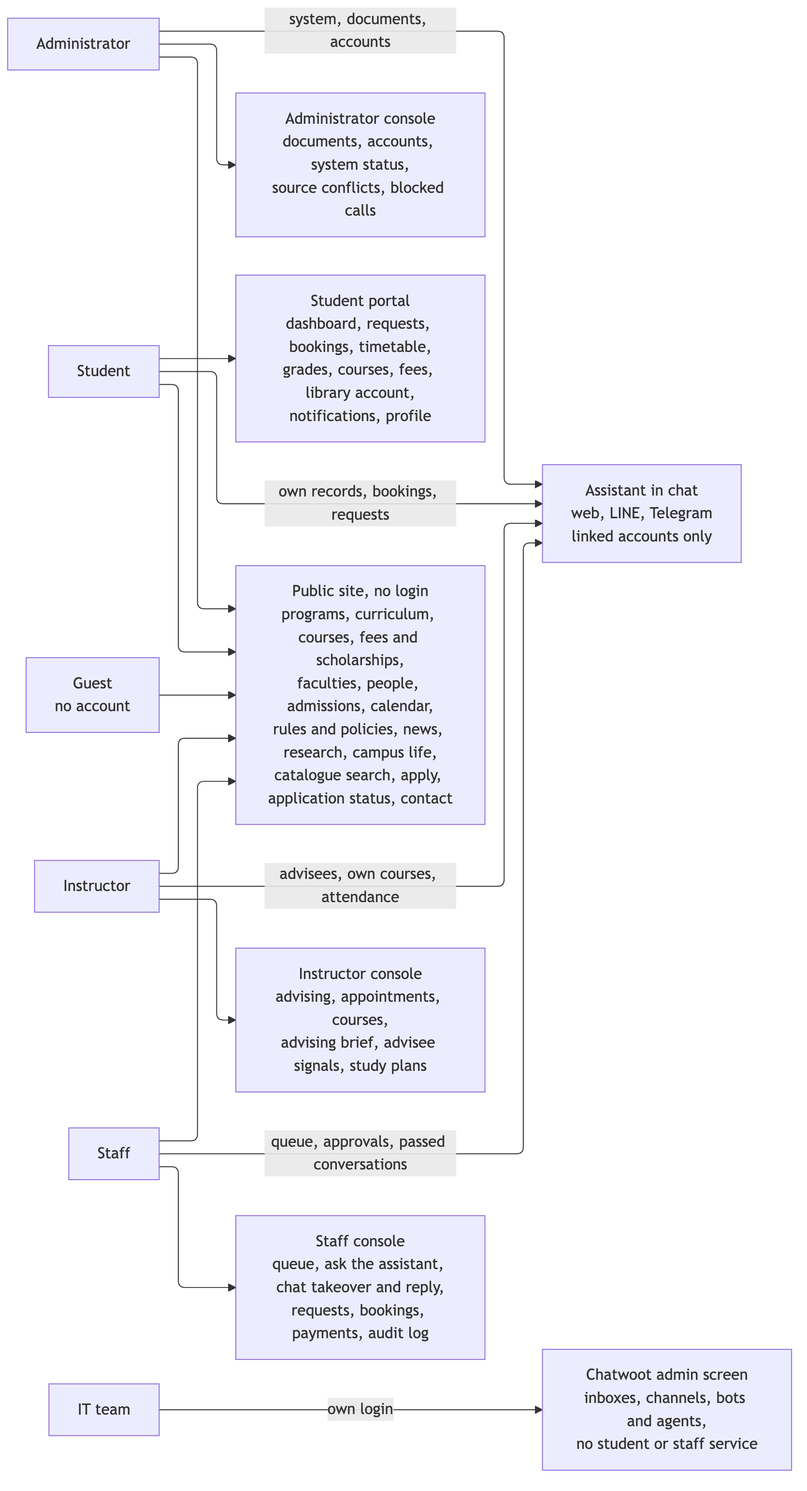
Above: design/diagrams/11_access_map.png in SaiWaiYanLynn/smart-university-website (Mermaid), before the change. Its source is kept beside it as design/diagrams/11_access_map.mmd.
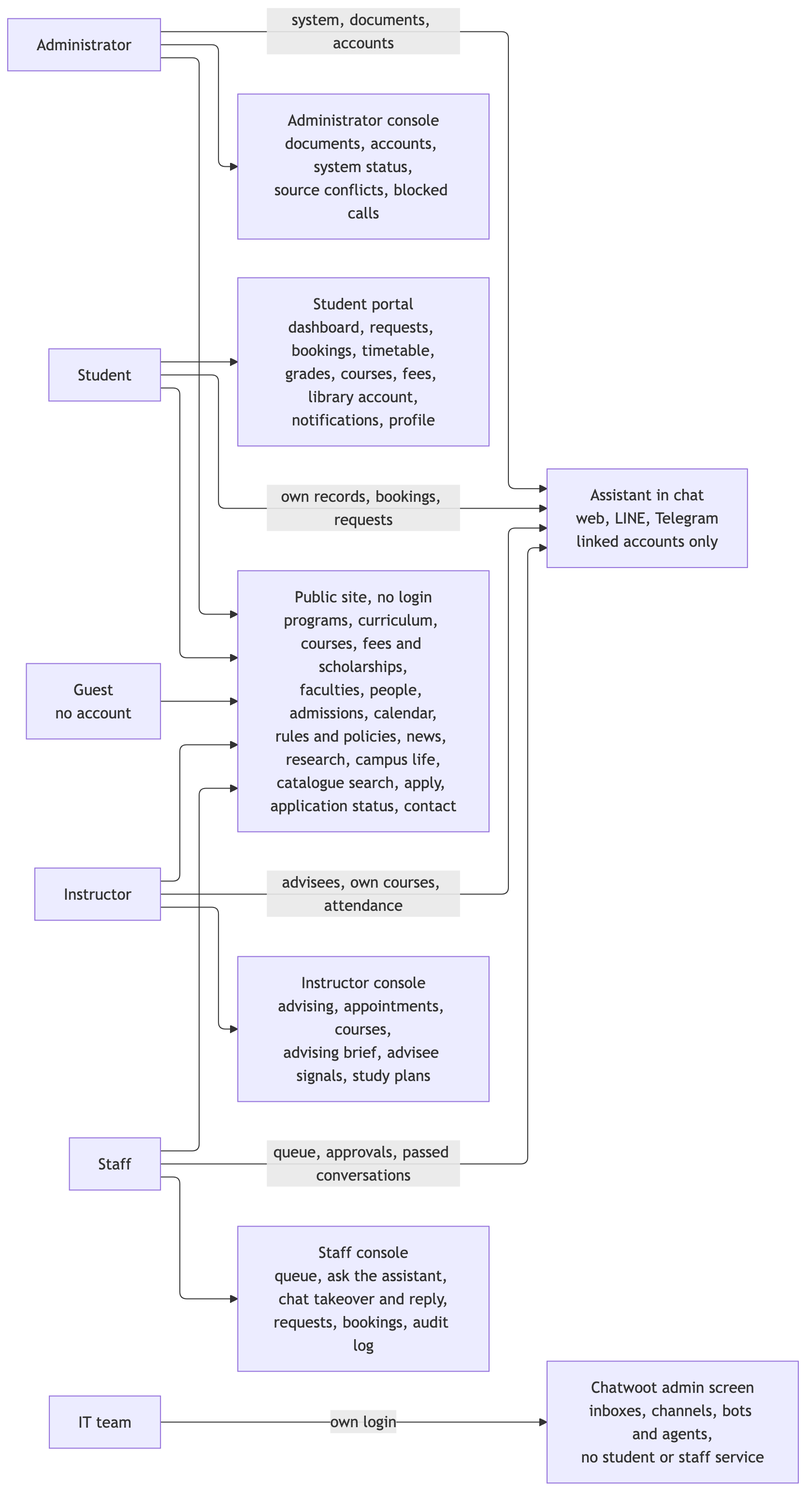
Later version of the same file.

Change to the diagram source:
```diff
@@ -14,7 +14,7 @@
   POR["Student portal<br/>dashboard, requests, bookings, timetable,<br/>grades, courses, fees, library account,<br/>notifications, profile"]
   CHAT["Assistant in chat<br/>web, LINE, Telegram<br/>linked accounts only"]
   CI["Instructor console<br/>advising, appointments, courses,<br/>advising brief, advisee signals, study plans"]
-  CS["Staff console<br/>queue, ask the assistant, chat takeover and reply,<br/>requests, bookings, payments, audit log"]
+  CS["Staff console<br/>queue, ask the assistant, chat takeover and reply,<br/>requests, bookings, audit log"]
   CW["Chatwoot admin screen<br/>inboxes, channels, bots and agents,<br/>no student or staff service"]
   CA["Administrator console<br/>documents, accounts, system status,<br/>source conflicts, blocked calls"]
 
```
